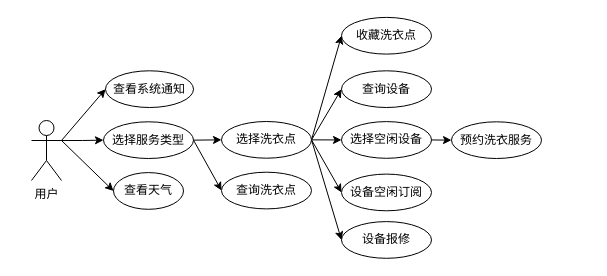
Earlier version of the draw.io diagram 洗衣服务模块.drawio (mochaDMQ/myPicture). Source tidied: cells renumbered, new cells numbered last; positions are measured from the earlier drawing's top-left corner, leaving out a move shared by most shapes. Both pictures are drawn from the tidied source at 100%, with x=0, y=0 at pixel (31, 17).
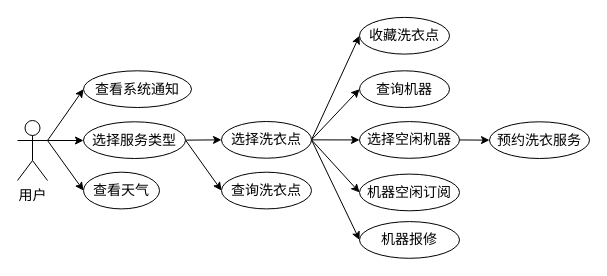
Above is the later version.

Commit message:
更新洗衣服务模块.drawio

Change to the diagram source:
```diff
@@
-    <mxCell id="2" style="edgeStyle=orthogonalEdgeStyle;rounded=0;jettySize=auto;html=1;exitX=1;exitY=0.3333333333333333;exitDx=0;exitDy=0;exitPerimeter=0;entryX=0;entryY=0.5;entryDx=0;entryDy=0;" parent="1" edge="1" source="5" target="9">
+    <mxCell id="2" style="edgeStyle=orthogonalEdgeStyle;rounded=0;jettySize=auto;html=1;exitX=1;exitY=0.3333333333333333;exitDx=0;exitDy=0;exitPerimeter=0;entryX=0;entryY=0.5;entryDx=0;entryDy=0;fontFamily=宋体;fontSize=14;" parent="1" edge="1" source="5" target="9">
       <mxGeometry relative="1" as="geometry" />
     </mxCell>
-    <mxCell id="3" style="edgeStyle=none;rounded=0;jettySize=auto;html=1;exitX=1;exitY=0.3333333333333333;exitDx=0;exitDy=0;exitPerimeter=0;entryX=0;entryY=0.5;entryDx=0;entryDy=0;" parent="1" edge="1" source="5" target="6">
+    <mxCell id="3" style="edgeStyle=none;rounded=0;jettySize=auto;html=1;exitX=1;exitY=0.3333333333333333;exitDx=0;exitDy=0;exitPerimeter=0;entryX=0;entryY=0.5;entryDx=0;entryDy=0;fontFamily=宋体;fontSize=14;" parent="1" edge="1" source="5" target="6">
       <mxGeometry relative="1" as="geometry" />
     </mxCell>
-    <mxCell id="4" style="edgeStyle=none;rounded=0;jettySize=auto;html=1;exitX=1;exitY=0.3333333333333333;exitDx=0;exitDy=0;exitPerimeter=0;entryX=0;entryY=0.5;entryDx=0;entryDy=0;" parent="1" edge="1" source="5" target="10">
+    <mxCell id="4" style="edgeStyle=none;rounded=0;jettySize=auto;html=1;exitX=1;exitY=0.3333333333333333;exitDx=0;exitDy=0;exitPerimeter=0;entryX=0;entryY=0.5;entryDx=0;entryDy=0;fontFamily=宋体;fontSize=14;" parent="1" edge="1" source="5" target="10">
       <mxGeometry relative="1" as="geometry" />
     </mxCell>
-    <mxCell id="5" value="用户" style="shape=umlActor;verticalLabelPosition=bottom;verticalAlign=top;html=1;outlineConnect=0;" parent="1" vertex="1">
-      <mxGeometry y="103" width="30" height="60" as="geometry" />
+    <mxCell id="5" value="用户" style="shape=umlActor;verticalLabelPosition=bottom;verticalAlign=top;html=1;outlineConnect=0;fontFamily=宋体;fontSize=14;" parent="1" vertex="1">
+      <mxGeometry x="-14" y="103" width="30" height="60" as="geometry" />
     </mxCell>
-    <mxCell id="6" value="查看系统通知" style="ellipse;whiteSpace=wrap;html=1;" parent="1" vertex="1">
-      <mxGeometry x="74" y="53.3" width="88" height="36.7" as="geometry" />
+    <mxCell id="6" value="查看系统通知" style="ellipse;whiteSpace=wrap;html=1;fontFamily=宋体;fontSize=14;" parent="1" vertex="1">
+      <mxGeometry x="52" y="53.3" width="108" height="36.7" as="geometry" />
     </mxCell>
-    <mxCell id="7" style="edgeStyle=none;rounded=0;jettySize=auto;html=1;exitX=1;exitY=0.5;exitDx=0;exitDy=0;entryX=0;entryY=0.5;entryDx=0;entryDy=0;" parent="1" edge="1" source="9" target="17">
+    <mxCell id="7" style="edgeStyle=none;rounded=0;jettySize=auto;html=1;exitX=1;exitY=0.5;exitDx=0;exitDy=0;entryX=0;entryY=0.5;entryDx=0;entryDy=0;fontFamily=宋体;fontSize=14;" parent="1" edge="1" source="9" target="17">
       <mxGeometry relative="1" as="geometry" />
     </mxCell>
-    <mxCell id="8" style="edgeStyle=none;rounded=0;jettySize=auto;html=1;exitX=1;exitY=0.5;exitDx=0;exitDy=0;entryX=0;entryY=0.5;entryDx=0;entryDy=0;" parent="1" edge="1" source="9" target="18">
+    <mxCell id="8" style="edgeStyle=none;rounded=0;jettySize=auto;html=1;exitX=1;exitY=0.5;exitDx=0;exitDy=0;entryX=0;entryY=0.5;entryDx=0;entryDy=0;fontFamily=宋体;fontSize=14;" parent="1" edge="1" source="9" target="18">
       <mxGeometry relative="1" as="geometry" />
     </mxCell>
-    <mxCell id="9" value="选择服务类型" style="ellipse;whiteSpace=wrap;html=1;" parent="1" vertex="1">
-      <mxGeometry x="72" y="104.3" width="90" height="36.7" as="geometry" />
+    <mxCell id="9" value="选择服务类型" style="ellipse;whiteSpace=wrap;html=1;fontFamily=宋体;fontSize=14;" parent="1" vertex="1">
+      <mxGeometry x="52" y="104.3" width="102" height="36.7" as="geometry" />
     </mxCell>
-    <mxCell id="10" value="查看天气" style="ellipse;whiteSpace=wrap;html=1;" parent="1" vertex="1">
-      <mxGeometry x="82" y="155.1" width="70" height="36.7" as="geometry" />
+    <mxCell id="10" value="查看天气" style="ellipse;whiteSpace=wrap;html=1;fontFamily=宋体;fontSize=14;" parent="1" vertex="1">
+      <mxGeometry x="52" y="154.7" width="76" height="36.7" as="geometry" />
     </mxCell>
-    <mxCell id="11" value="查询设备" style="ellipse;whiteSpace=wrap;html=1;" parent="1" vertex="1">
-      <mxGeometry x="310" y="53.3" width="90" height="36.7" as="geometry" />
+    <mxCell id="11" value="查询机器" style="ellipse;whiteSpace=wrap;html=1;fontFamily=宋体;fontSize=14;" parent="1" vertex="1">
+      <mxGeometry x="328" y="53.3" width="90" height="36.7" as="geometry" />
     </mxCell>
-    <mxCell id="12" style="edgeStyle=none;rounded=0;jettySize=auto;html=1;exitX=1;exitY=0.5;exitDx=0;exitDy=0;entryX=0;entryY=0.5;entryDx=0;entryDy=0;" parent="1" edge="1" source="17" target="19">
+    <mxCell id="12" style="edgeStyle=none;rounded=0;jettySize=auto;html=1;exitX=1;exitY=0.5;exitDx=0;exitDy=0;entryX=0;entryY=0.5;entryDx=0;entryDy=0;fontFamily=宋体;fontSize=14;" parent="1" edge="1" source="17" target="19">
       <mxGeometry relative="1" as="geometry" />
     </mxCell>
-    <mxCell id="13" style="edgeStyle=none;rounded=0;jettySize=auto;html=1;exitX=1;exitY=0.5;exitDx=0;exitDy=0;entryX=0;entryY=0.5;entryDx=0;entryDy=0;" parent="1" edge="1" source="17" target="11">
+    <mxCell id="13" style="edgeStyle=none;rounded=0;jettySize=auto;html=1;exitX=1;exitY=0.5;exitDx=0;exitDy=0;entryX=0;entryY=0.5;entryDx=0;entryDy=0;fontFamily=宋体;fontSize=14;" parent="1" edge="1" source="17" target="11">
       <mxGeometry relative="1" as="geometry" />
     </mxCell>
-    <mxCell id="14" style="edgeStyle=none;rounded=0;jettySize=auto;html=1;exitX=1;exitY=0.5;exitDx=0;exitDy=0;entryX=0;entryY=0.5;entryDx=0;entryDy=0;" parent="1" edge="1" source="17" target="24">
+    <mxCell id="14" style="edgeStyle=none;rounded=0;jettySize=auto;html=1;exitX=1;exitY=0.5;exitDx=0;exitDy=0;entryX=0;entryY=0.5;entryDx=0;entryDy=0;fontFamily=宋体;fontSize=14;" parent="1" edge="1" source="17" target="24">
       <mxGeometry relative="1" as="geometry" />
     </mxCell>
-    <mxCell id="15" style="edgeStyle=none;rounded=0;jettySize=auto;html=1;exitX=1;exitY=0.5;exitDx=0;exitDy=0;entryX=0;entryY=0.5;entryDx=0;entryDy=0;" parent="1" edge="1" source="17" target="21">
+    <mxCell id="15" style="edgeStyle=none;rounded=0;jettySize=auto;html=1;exitX=1;exitY=0.5;exitDx=0;exitDy=0;entryX=0;entryY=0.5;entryDx=0;entryDy=0;fontFamily=宋体;fontSize=14;" parent="1" edge="1" source="17" target="21">
       <mxGeometry relative="1" as="geometry" />
     </mxCell>
-    <mxCell id="16" style="edgeStyle=none;rounded=0;jettySize=auto;html=1;exitX=1;exitY=0.5;exitDx=0;exitDy=0;entryX=0;entryY=0.5;entryDx=0;entryDy=0;" parent="1" edge="1" source="17" target="20">
+    <mxCell id="16" style="edgeStyle=none;rounded=0;jettySize=auto;html=1;exitX=1;exitY=0.5;exitDx=0;exitDy=0;entryX=0;entryY=0.5;entryDx=0;entryDy=0;fontFamily=宋体;fontSize=14;" parent="1" edge="1" source="17" target="20">
       <mxGeometry relative="1" as="geometry" />
     </mxCell>
-    <mxCell id="17" value="选择洗衣点" style="ellipse;whiteSpace=wrap;html=1;" parent="1" vertex="1">
+    <mxCell id="17" value="选择洗衣点" style="ellipse;whiteSpace=wrap;html=1;fontFamily=宋体;fontSize=14;" parent="1" vertex="1">
       <mxGeometry x="190" y="104" width="90" height="36.7" as="geometry" />
     </mxCell>
-    <mxCell id="18" value="查询洗衣点" style="ellipse;whiteSpace=wrap;html=1;" parent="1" vertex="1">
+    <mxCell id="18" value="查询洗衣点" style="ellipse;whiteSpace=wrap;html=1;fontFamily=宋体;fontSize=14;" parent="1" vertex="1">
       <mxGeometry x="190" y="154.7" width="90" height="36.7" as="geometry" />
     </mxCell>
-    <mxCell id="19" value="收藏洗衣点" style="ellipse;whiteSpace=wrap;html=1;" parent="1" vertex="1">
-      <mxGeometry x="310" y="-0.1" width="90" height="36.7" as="geometry" />
+    <mxCell id="19" value="收藏洗衣点" style="ellipse;whiteSpace=wrap;html=1;fontFamily=宋体;fontSize=14;" parent="1" vertex="1">
+      <mxGeometry x="328" y="-0.1" width="90" height="36.7" as="geometry" />
     </mxCell>
-    <mxCell id="20" value="设备报修" style="ellipse;whiteSpace=wrap;html=1;" parent="1" vertex="1">
-      <mxGeometry x="310" y="204.1" width="90" height="36.7" as="geometry" />
+    <mxCell id="20" value="机器报修" style="ellipse;whiteSpace=wrap;html=1;fontFamily=宋体;fontSize=14;" parent="1" vertex="1">
+      <mxGeometry x="328" y="204.1" width="100" height="36.7" as="geometry" />
     </mxCell>
-    <mxCell id="21" value="设备空闲订阅" style="ellipse;whiteSpace=wrap;html=1;" parent="1" vertex="1">
-      <mxGeometry x="310" y="156.6" width="90" height="36.7" as="geometry" />
+    <mxCell id="21" value="机器空闲订阅" style="ellipse;whiteSpace=wrap;html=1;fontFamily=宋体;fontSize=14;" parent="1" vertex="1">
+      <mxGeometry x="328" y="156.6" width="100" height="36.7" as="geometry" />
     </mxCell>
-    <mxCell id="22" value="预约洗衣服务" style="ellipse;whiteSpace=wrap;html=1;" parent="1" vertex="1">
-      <mxGeometry x="420" y="104.3" width="90" height="36.7" as="geometry" />
+    <mxCell id="22" value="预约洗衣服务" style="ellipse;whiteSpace=wrap;html=1;fontFamily=宋体;fontSize=14;" parent="1" vertex="1">
+      <mxGeometry x="458" y="104.3" width="100" height="36.7" as="geometry" />
     </mxCell>
-    <mxCell id="23" style="edgeStyle=none;rounded=0;jettySize=auto;html=1;exitX=1;exitY=0.5;exitDx=0;exitDy=0;entryX=0;entryY=0.5;entryDx=0;entryDy=0;" parent="1" edge="1" source="24" target="22">
+    <mxCell id="23" style="edgeStyle=none;rounded=0;jettySize=auto;html=1;exitX=1;exitY=0.5;exitDx=0;exitDy=0;entryX=0;entryY=0.5;entryDx=0;entryDy=0;fontFamily=宋体;fontSize=14;" parent="1" edge="1" source="24" target="22">
       <mxGeometry relative="1" as="geometry" />
     </mxCell>
-    <mxCell id="24" value="选择空闲设备" style="ellipse;whiteSpace=wrap;html=1;" parent="1" vertex="1">
-      <mxGeometry x="310" y="104.1" width="90" height="36.7" as="geometry" />
+    <mxCell id="24" value="选择空闲机器" style="ellipse;whiteSpace=wrap;html=1;fontFamily=宋体;fontSize=14;" parent="1" vertex="1">
+      <mxGeometry x="328" y="104.1" width="100" height="36.7" as="geometry" />
     </mxCell>
```
